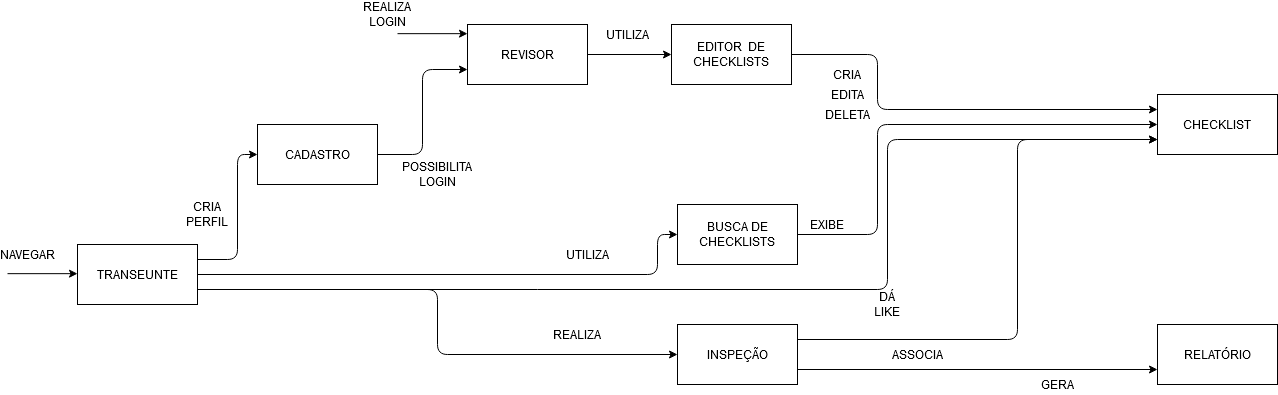
Before: Specification/SADT-Revisionhub.png, a diagram exported from draw.io (marcosvporto/revisionhub). Source tidied: cells renumbered, new cells last; positions are measured from the earlier drawing's top-left corner, leaving out a move shared by most shapes.
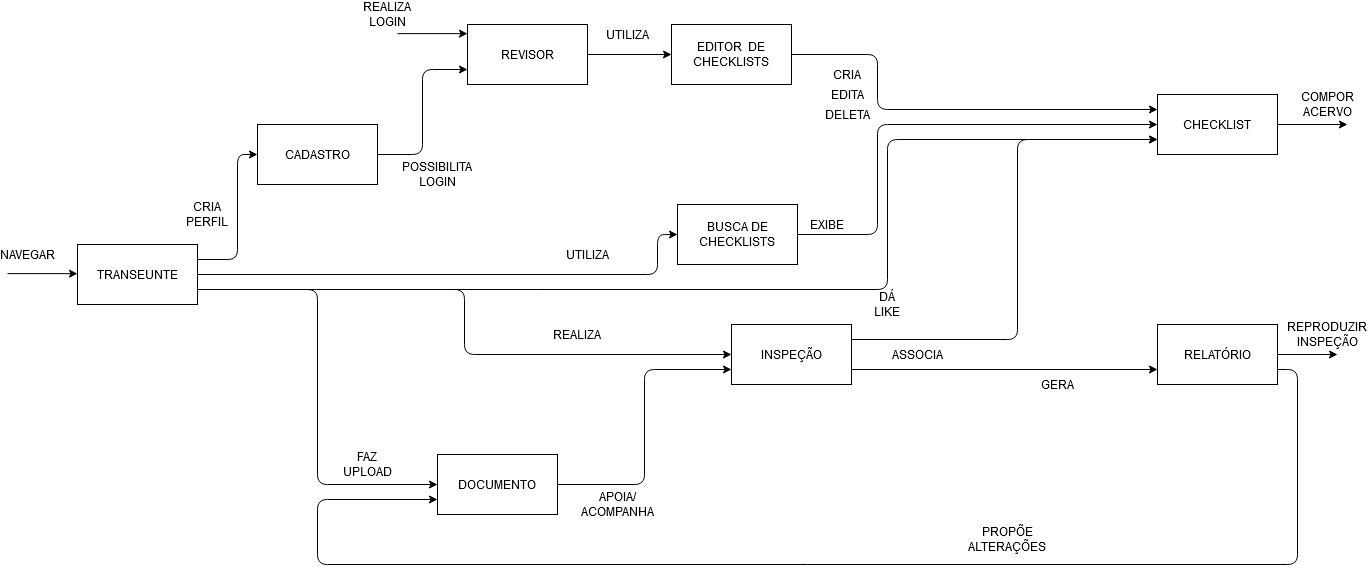
After the commit.

Commit message:
Modified: SADT-Revisionhub

Diff of the diagram source:
```diff
@@ -46,6 +46,9 @@
     <mxCell id="9" style="edgeStyle=orthogonalEdgeStyle;rounded=1;jettySize=auto;html=1;exitX=1;exitY=0.75;exitDx=0;exitDy=0;entryX=0;entryY=0.5;entryDx=0;entryDy=0;" parent="1" edge="1" source="10" target="27">
       <mxGeometry relative="1" as="geometry" />
     </mxCell>
+    <mxCell id="36" style="edgeStyle=orthogonalEdgeStyle;rounded=1;jettySize=auto;html=1;exitX=1;exitY=0.75;exitDx=0;exitDy=0;entryX=0;entryY=0.5;entryDx=0;entryDy=0;" parent="1" edge="1" source="10" target="41">
+      <mxGeometry relative="1" as="geometry" />
+    </mxCell>
     <mxCell id="10" value="TRANSEUNTE" style="rounded=0;whiteSpace=wrap;html=1;" parent="1" vertex="1">
       <mxGeometry x="70" y="240" width="120" height="60" as="geometry" />
     </mxCell>
@@ -63,6 +66,11 @@
     <mxCell id="13" value="BUSCA DE CHECKLISTS" style="rounded=0;whiteSpace=wrap;html=1;" parent="1" vertex="1">
       <mxGeometry x="670" y="200" width="120" height="60" as="geometry" />
     </mxCell>
+    <mxCell id="37" style="edgeStyle=orthogonalEdgeStyle;rounded=0;jettySize=auto;html=1;exitX=1;exitY=0.5;exitDx=0;exitDy=0;" parent="1" edge="1" source="14">
+      <mxGeometry relative="1" as="geometry">
+        <mxPoint x="1340" y="120" as="targetPoint" />
+      </mxGeometry>
+    </mxCell>
     <mxCell id="14" value="CHECKLIST" style="rounded=0;whiteSpace=wrap;html=1;" parent="1" vertex="1">
       <mxGeometry x="1150" y="90" width="120" height="60" as="geometry" />
     </mxCell>
@@ -108,7 +116,7 @@
       <mxGeometry relative="1" as="geometry" />
     </mxCell>
     <mxCell id="27" value="INSPEÇÃO" style="rounded=0;whiteSpace=wrap;html=1;" parent="1" vertex="1">
-      <mxGeometry x="670" y="320" width="120" height="60" as="geometry" />
+      <mxGeometry x="724" y="320" width="120" height="60" as="geometry" />
     </mxCell>
     <mxCell id="28" value="REALIZA" style="text;html=1;strokeColor=none;fillColor=none;align=center;verticalAlign=middle;whiteSpace=wrap;rounded=0;" parent="1" vertex="1">
       <mxGeometry x="550" y="320" width="40" height="20" as="geometry" />
@@ -116,6 +124,21 @@
     <mxCell id="29" value="ASSOCIA" style="text;html=1;strokeColor=none;fillColor=none;align=center;verticalAlign=middle;whiteSpace=wrap;rounded=0;" parent="1" vertex="1">
       <mxGeometry x="890" y="340" width="40" height="20" as="geometry" />
     </mxCell>
+    <mxCell id="38" style="edgeStyle=orthogonalEdgeStyle;rounded=0;jettySize=auto;html=1;exitX=1;exitY=0.5;exitDx=0;exitDy=0;" parent="1" edge="1" source="30">
+      <mxGeometry relative="1" as="geometry">
+        <mxPoint x="1330" y="350" as="targetPoint" />
+      </mxGeometry>
+    </mxCell>
+    <mxCell id="39" style="edgeStyle=orthogonalEdgeStyle;rounded=1;jettySize=auto;html=1;exitX=1;exitY=0.75;exitDx=0;exitDy=0;entryX=0;entryY=0.75;entryDx=0;entryDy=0;" parent="1" edge="1" source="30" target="41">
+      <mxGeometry relative="1" as="geometry">
+        <Array as="points">
+          <mxPoint x="1290" y="365" />
+          <mxPoint x="1290" y="560" />
+          <mxPoint x="310" y="560" />
+          <mxPoint x="310" y="495" />
+        </Array>
+      </mxGeometry>
+    </mxCell>
     <mxCell id="30" value="RELATÓRIO" style="rounded=0;whiteSpace=wrap;html=1;" parent="1" vertex="1">
       <mxGeometry x="1150" y="320" width="120" height="60" as="geometry" />
     </mxCell>
@@ -140,5 +163,26 @@
     <mxCell id="35" value="REALIZA LOGIN" style="text;html=1;strokeColor=none;fillColor=none;align=center;verticalAlign=middle;whiteSpace=wrap;rounded=0;" parent="1" vertex="1">
       <mxGeometry x="360" width="40" height="20" as="geometry" />
     </mxCell>
+    <mxCell id="40" style="edgeStyle=orthogonalEdgeStyle;rounded=1;jettySize=auto;html=1;exitX=1;exitY=0.5;exitDx=0;exitDy=0;entryX=0;entryY=0.75;entryDx=0;entryDy=0;" parent="1" edge="1" source="41" target="27">
+      <mxGeometry relative="1" as="geometry" />
+    </mxCell>
+    <mxCell id="41" value="DOCUMENTO" style="rounded=0;whiteSpace=wrap;html=1;" parent="1" vertex="1">
+      <mxGeometry x="430" y="450" width="120" height="60" as="geometry" />
+    </mxCell>
+    <mxCell id="42" value="FAZ UPLOAD" style="text;html=1;strokeColor=none;fillColor=none;align=center;verticalAlign=middle;whiteSpace=wrap;rounded=0;" parent="1" vertex="1">
+      <mxGeometry x="340" y="450" width="40" height="20" as="geometry" />
+    </mxCell>
+    <mxCell id="43" value="APOIA/ ACOMPANHA" style="text;html=1;strokeColor=none;fillColor=none;align=center;verticalAlign=middle;whiteSpace=wrap;rounded=0;" parent="1" vertex="1">
+      <mxGeometry x="590" y="490" width="40" height="20" as="geometry" />
+    </mxCell>
+    <mxCell id="44" value="COMPOR ACERVO" style="text;html=1;strokeColor=none;fillColor=none;align=center;verticalAlign=middle;whiteSpace=wrap;rounded=0;" parent="1" vertex="1">
+      <mxGeometry x="1300" y="90" width="40" height="20" as="geometry" />
+    </mxCell>
+    <mxCell id="45" value="REPRODUZIR INSPEÇÃO" style="text;html=1;strokeColor=none;fillColor=none;align=center;verticalAlign=middle;whiteSpace=wrap;rounded=0;" parent="1" vertex="1">
+      <mxGeometry x="1300" y="320" width="40" height="20" as="geometry" />
+    </mxCell>
+    <mxCell id="46" value="PROPÕE ALTERAÇÕES" style="text;html=1;strokeColor=none;fillColor=none;align=center;verticalAlign=middle;whiteSpace=wrap;rounded=0;" parent="1" vertex="1">
+      <mxGeometry x="980" y="525" width="40" height="20" as="geometry" />
+    </mxCell>
   </root>
 </mxGraphModel>
```
